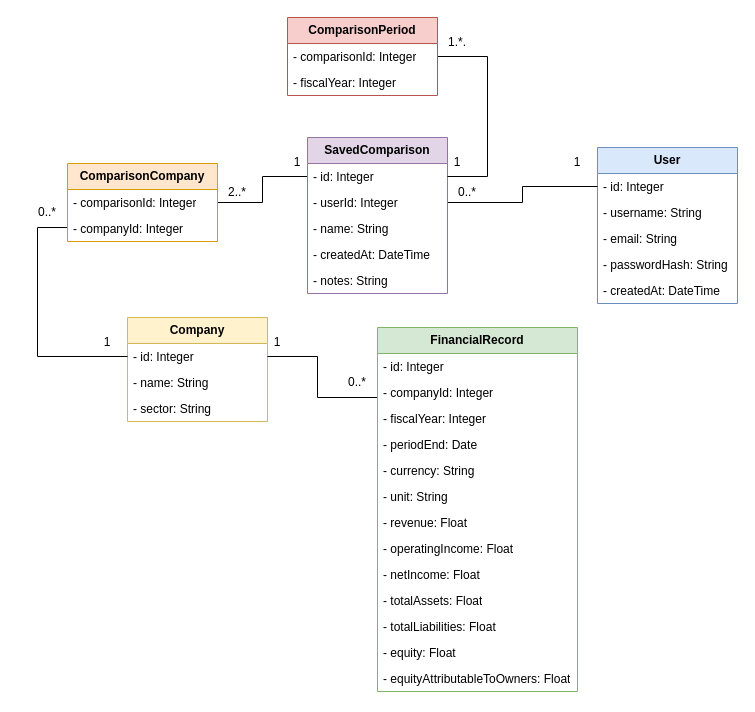
Before: docs/diagrams/diagrama_classes_UML.drawio in lidiapcarvalho/financial-analysis-app, a draw.io diagram. Source tidied: cells renumbered, new cells numbered last; positions are measured from the earlier drawing's top-left corner, leaving out a move shared by most shapes. Both pictures are drawn from the tidied source at 100%, with x=0, y=0 at pixel (17, 17).
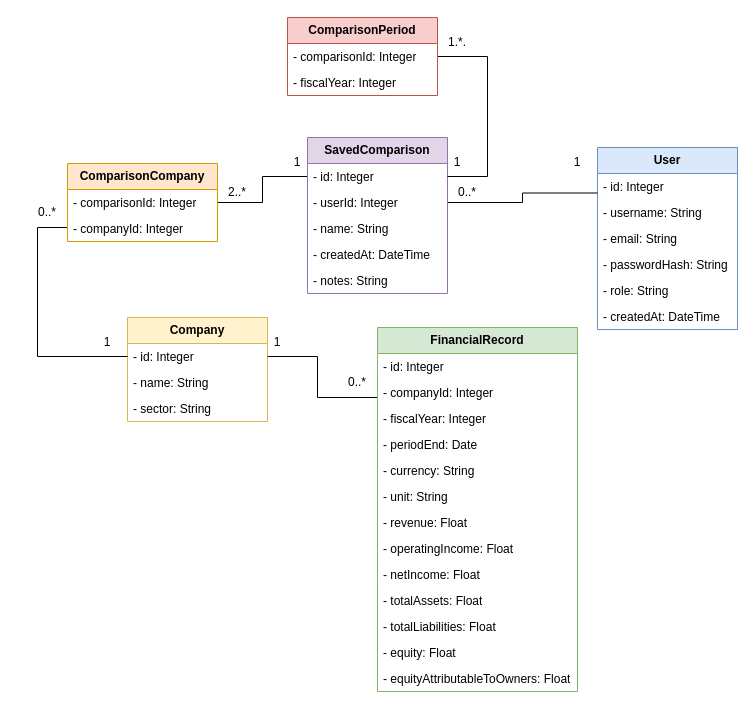
After the change.

Commit message (it also covers changes not shown here):
[27/11/2026] Adiciona relatório final e atualiza diagramas (#29)

The edit, as a diff of the source:
```diff
@@
     <mxCell id="6" value="&lt;b&gt;User&lt;/b&gt;" style="swimlane;fontStyle=0;horizontal=1;startSize=26;fillColor=#dae8fc;whiteSpace=wrap;html=1;strokeColor=#6c8ebf;" parent="1" vertex="1">
-      <mxGeometry x="580" y="130" width="140" height="156" as="geometry" />
+      <mxGeometry x="580" y="130" width="140" height="182" as="geometry" />
     </mxCell>
@@
-    <mxCell id="11" value="- createdAt: DateTime" style="text;strokeColor=none;fillColor=none;align=left;verticalAlign=top;spacingLeft=4;spacingRight=4;overflow=hidden;whiteSpace=wrap;html=1;" parent="6" vertex="1">
+    <mxCell id="11" value="- role: String" style="text;strokeColor=none;fillColor=none;align=left;verticalAlign=top;spacingLeft=4;spacingRight=4;overflow=hidden;whiteSpace=wrap;html=1;" parent="6" vertex="1">
       <mxGeometry y="130" width="140" height="26" as="geometry" />
     </mxCell>
+    <mxCell id="53" value="- createdAt: DateTime" style="text;strokeColor=none;fillColor=none;align=left;verticalAlign=top;spacingLeft=4;spacingRight=4;overflow=hidden;whiteSpace=wrap;html=1;" parent="6" vertex="1">
+      <mxGeometry y="156" width="140" height="26" as="geometry" />
+    </mxCell>
```
